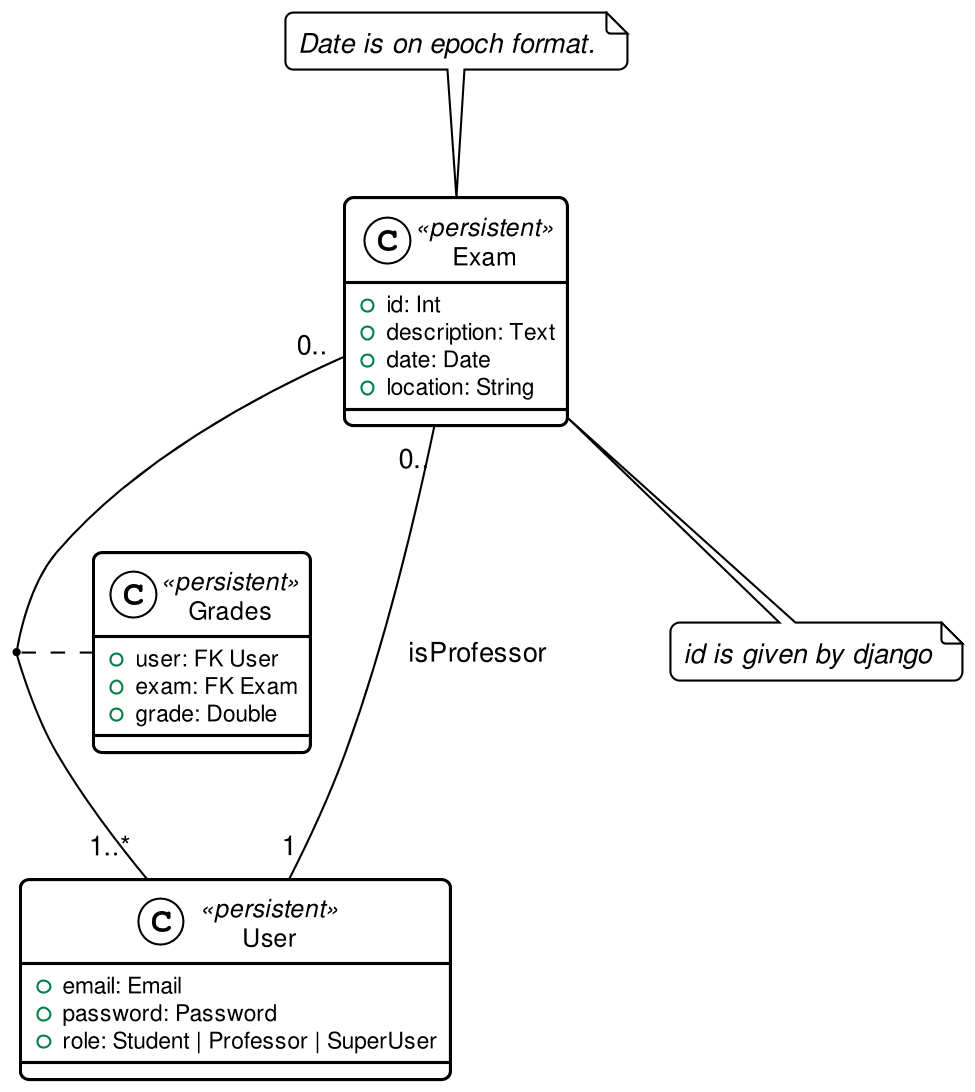
This is docs/img/message_passing.png from quimpm/ws-distcomp, a PlantUML export, as it was before one commit.
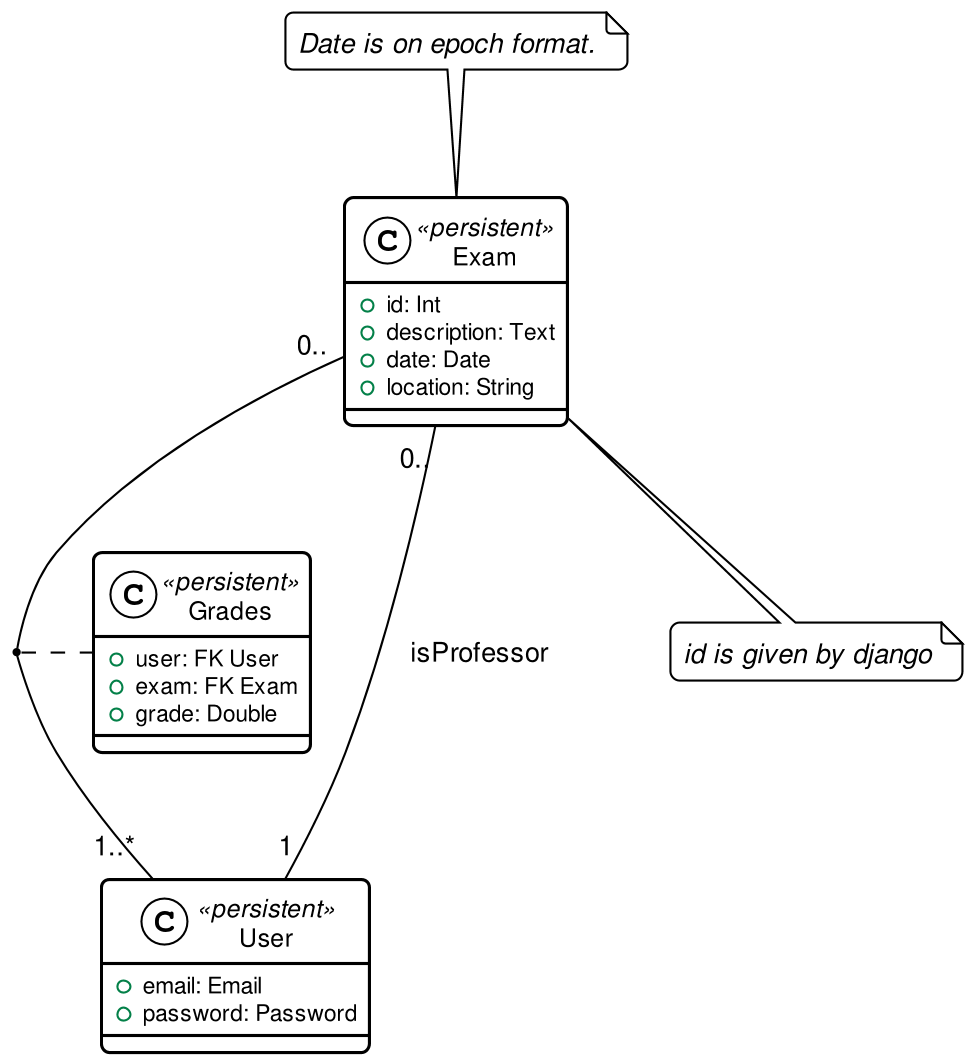
After the change.

Change to the diagram source:
```diff
@@ -5,7 +5,6 @@
 class User <<persistent>> {
     + email: Email
     + password: Password
-    + role: Student | Professor | SuperUser
 }
 
 note top of Exam : Date is on epoch format.
```
